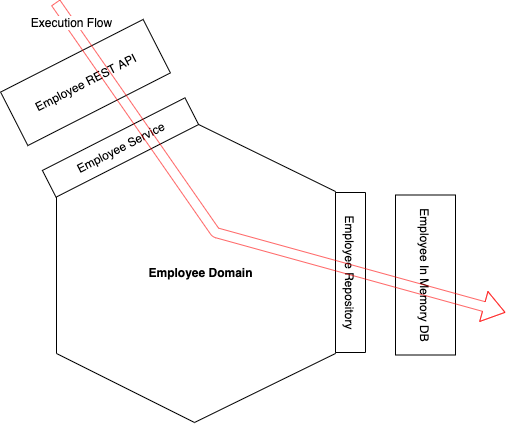
ridakaddir/nest-hexagonal keeps this draw.io diagram as architecture.drawio.png. Above is the earlier version. Source tidied: cells renumbered, new cells last; positions are measured from the earlier drawing's top-left corner, leaving out a move shared by most shapes.
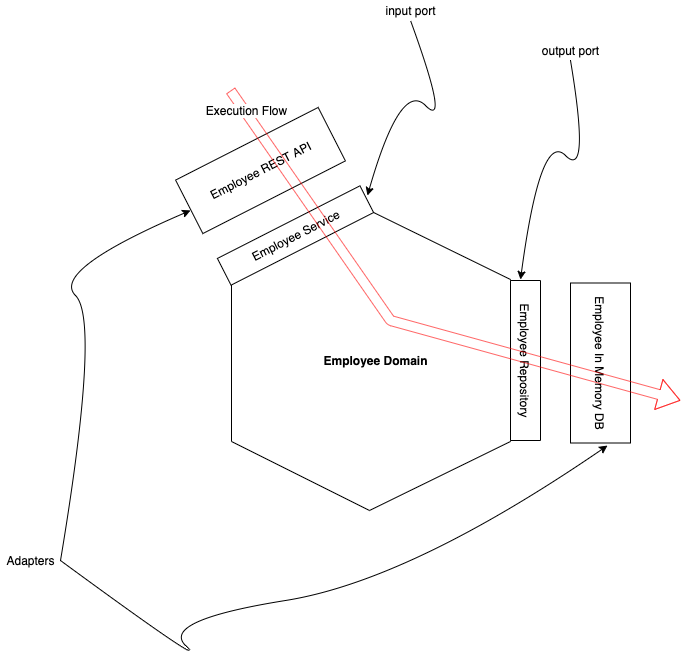
After the commit.

Commit message:
add comments to the diagram

Diff of the diagram source:
```diff
@@ -29,5 +29,51 @@
     <mxCell id="8" value="Execution Flow" style="edgeLabel;html=1;align=center;verticalAlign=middle;fontSize=12;fontFamily=Helvetica;fontColor=default;" parent="7" vertex="1">
       <mxGeometry x="-0.91" y="2" relative="1" as="geometry" />
     </mxCell>
+    <mxCell id="9" style="curved=1;endArrow=classic;html=1;entryX=1.014;entryY=0.402;entryDx=0;entryDy=0;entryPerimeter=0;" parent="1" edge="1" target="4">
+      <mxGeometry relative="1" as="geometry">
+        <mxPoint x="230" y="-70" as="sourcePoint" />
+        <Array as="points">
+          <mxPoint x="270" y="40" />
+          <mxPoint x="220" y="-10" />
+        </Array>
+      </mxGeometry>
+    </mxCell>
+    <mxCell id="10" value="input port" style="text;html=1;align=center;verticalAlign=middle;strokeColor=none;fillColor=none;" parent="1" vertex="1">
+      <mxGeometry x="195" y="-90" width="70" height="20" as="geometry" />
+    </mxCell>
+    <mxCell id="11" style="curved=1;endArrow=classic;html=1;entryX=-0.006;entryY=0.667;entryDx=0;entryDy=0;entryPerimeter=0;" parent="1" edge="1" target="3">
+      <mxGeometry relative="1" as="geometry">
+        <mxPoint x="390" y="-30" as="sourcePoint" />
+        <Array as="points">
+          <mxPoint x="410" y="90" />
+          <mxPoint x="360" y="40" />
+        </Array>
+      </mxGeometry>
+    </mxCell>
+    <mxCell id="12" value="output port" style="text;html=1;align=center;verticalAlign=middle;strokeColor=none;fillColor=none;" parent="1" vertex="1">
+      <mxGeometry x="355" y="-50" width="70" height="20" as="geometry" />
+    </mxCell>
+    <mxCell id="13" style="curved=1;endArrow=classic;html=1;entryX=-0.003;entryY=0.564;entryDx=0;entryDy=0;entryPerimeter=0;" parent="1" edge="1" target="5">
+      <mxGeometry relative="1" as="geometry">
+        <mxPoint x="-120" y="470" as="sourcePoint" />
+        <Array as="points">
+          <mxPoint x="-80" y="230" />
+          <mxPoint x="-130" y="180" />
+        </Array>
+      </mxGeometry>
+    </mxCell>
+    <mxCell id="14" style="curved=1;endArrow=classic;html=1;entryX=1.016;entryY=0.383;entryDx=0;entryDy=0;entryPerimeter=0;" parent="1" edge="1" target="6">
+      <mxGeometry relative="1" as="geometry">
+        <mxPoint x="-120" y="470" as="sourcePoint" />
+        <Array as="points">
+          <mxPoint x="30" y="580" />
+          <mxPoint x="-20" y="530" />
+          <mxPoint x="230" y="490" />
+        </Array>
+      </mxGeometry>
+    </mxCell>
+    <mxCell id="15" value="Adapters" style="text;html=1;align=center;verticalAlign=middle;strokeColor=none;fillColor=none;" parent="1" vertex="1">
+      <mxGeometry x="-180" y="460" width="60" height="20" as="geometry" />
+    </mxCell>
   </root>
 </mxGraphModel>
```
